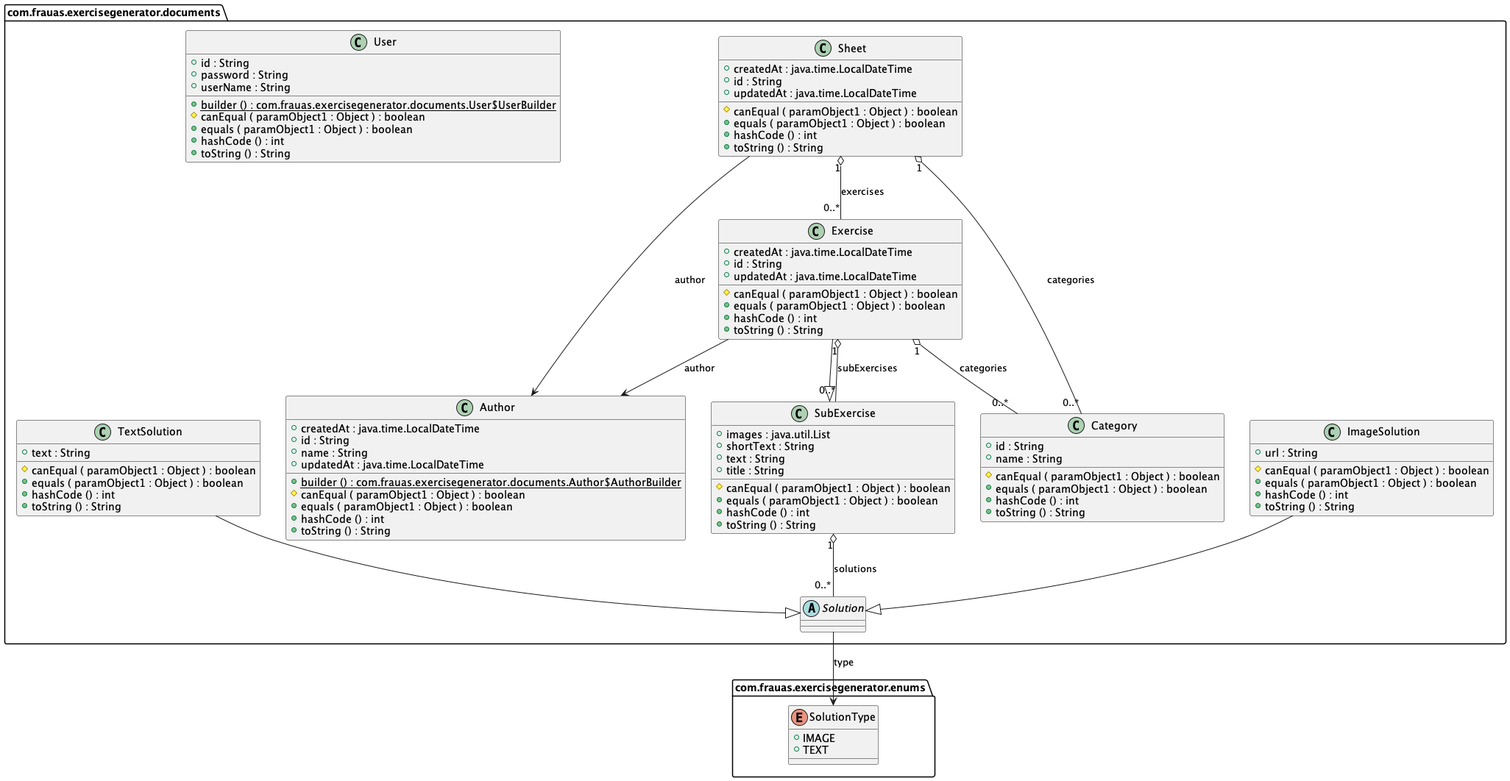
The PlantUML diagram doc/diagram.png in CarlaHofmann/exercise-generator-be, before a commit.
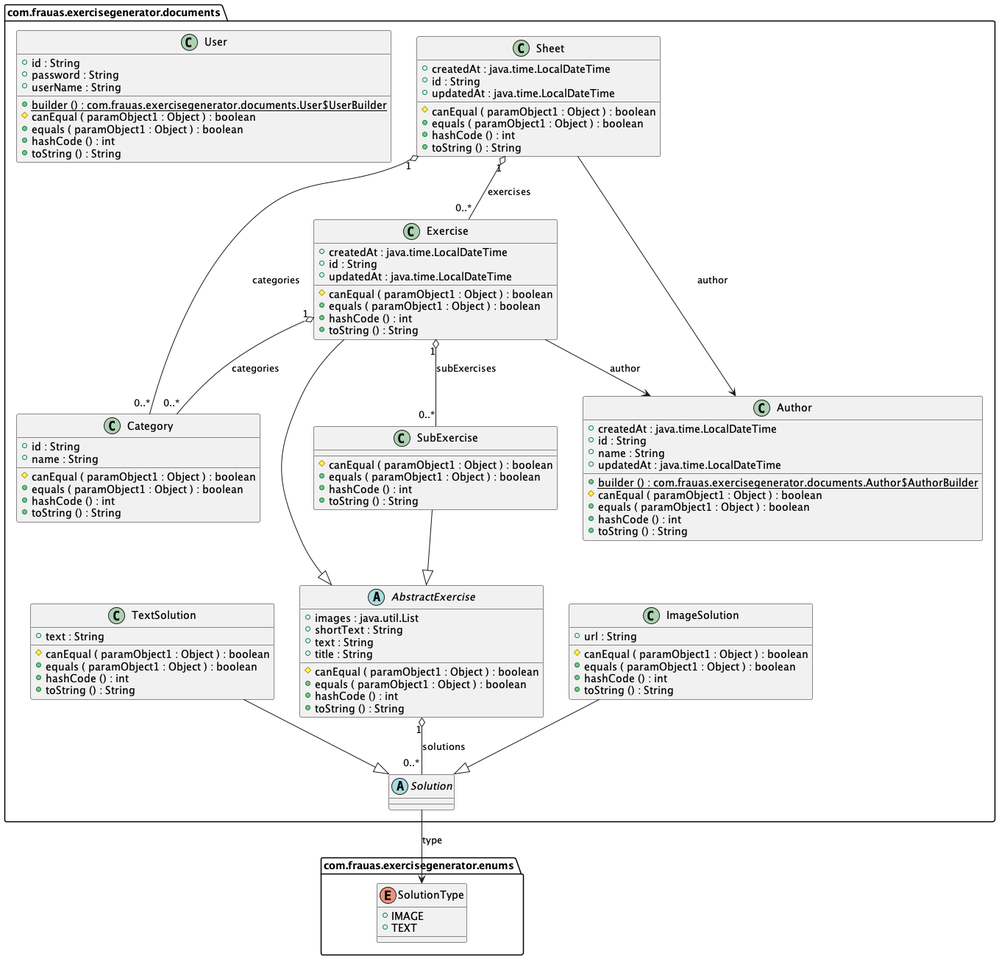
Later version of the same file.

Commit message:
fix: use abstract exercise class for inheritance

Diff of the diagram source:
```diff
@@ -1,4 +1,16 @@
 @startuml
+
+abstract class com.frauas.exercisegenerator.documents.AbstractExercise {
+	{field} +images : java.util.List
+	{field} +shortText : String
+	{field} +text : String
+	{field} +title : String
+	{method} #canEqual ( paramObject1 : Object ) : boolean
+	{method} +equals ( paramObject1 : Object ) : boolean
+	{method} +hashCode () : int
+	{method} +toString () : String
+}
+
 
 class com.frauas.exercisegenerator.documents.Author {
 	{field} +createdAt : java.time.LocalDateTime
@@ -59,10 +71,6 @@
 
 
 class com.frauas.exercisegenerator.documents.SubExercise {
-	{field} +images : java.util.List
-	{field} +shortText : String
-	{field} +text : String
-	{field} +title : String
 	{method} #canEqual ( paramObject1 : Object ) : boolean
 	{method} +equals ( paramObject1 : Object ) : boolean
 	{method} +hashCode () : int
@@ -99,16 +107,17 @@
 
 
 
+com.frauas.exercisegenerator.documents.AbstractExercise "1" o-- "0..*"  com.frauas.exercisegenerator.documents.Solution : solutions
 com.frauas.exercisegenerator.documents.Exercise "1" o-- "0..*"  com.frauas.exercisegenerator.documents.Category : categories
 com.frauas.exercisegenerator.documents.Exercise "1" o-- "0..*"  com.frauas.exercisegenerator.documents.SubExercise : subExercises
 com.frauas.exercisegenerator.documents.Exercise -->  com.frauas.exercisegenerator.documents.Author : author
-com.frauas.exercisegenerator.documents.Exercise --|>  com.frauas.exercisegenerator.documents.SubExercise
+com.frauas.exercisegenerator.documents.Exercise --|>  com.frauas.exercisegenerator.documents.AbstractExercise
 com.frauas.exercisegenerator.documents.ImageSolution --|>  com.frauas.exercisegenerator.documents.Solution
 com.frauas.exercisegenerator.documents.Sheet "1" o-- "0..*"  com.frauas.exercisegenerator.documents.Category : categories
 com.frauas.exercisegenerator.documents.Sheet "1" o-- "0..*"  com.frauas.exercisegenerator.documents.Exercise : exercises
 com.frauas.exercisegenerator.documents.Sheet -->  com.frauas.exercisegenerator.documents.Author : author
 com.frauas.exercisegenerator.documents.Solution -->  com.frauas.exercisegenerator.enums.SolutionType : type
-com.frauas.exercisegenerator.documents.SubExercise "1" o-- "0..*"  com.frauas.exercisegenerator.documents.Solution : solutions
+com.frauas.exercisegenerator.documents.SubExercise --|>  com.frauas.exercisegenerator.documents.AbstractExercise
 com.frauas.exercisegenerator.documents.TextSolution --|>  com.frauas.exercisegenerator.documents.Solution
 
 
```
